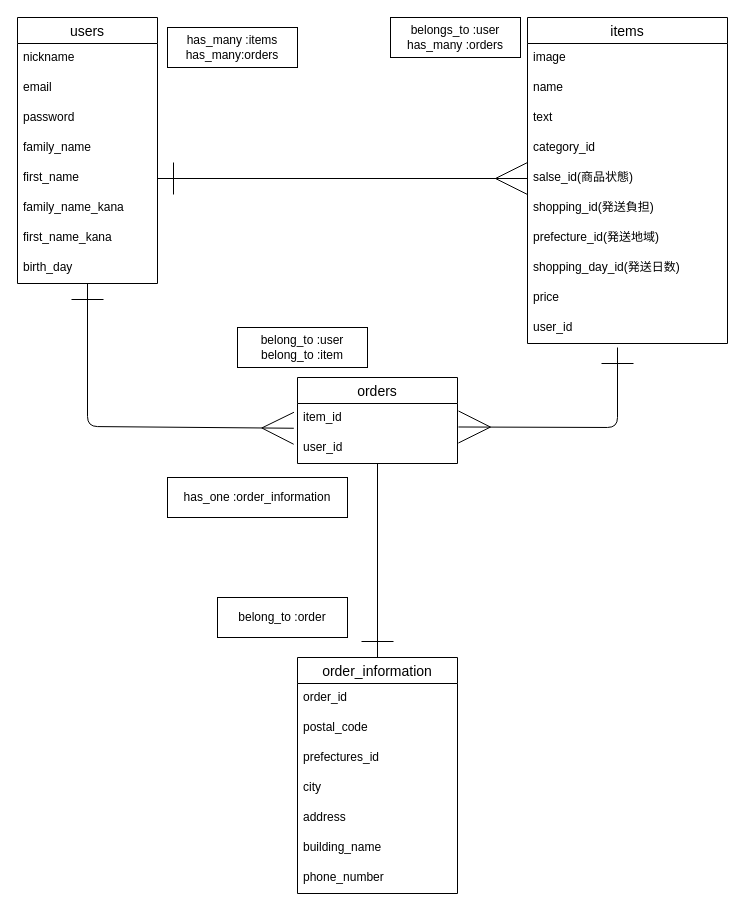
Before: .dio in gtn-74/furima-39277, a draw.io diagram. Source tidied: cells renumbered, new cells numbered last; positions are measured from the earlier drawing's top-left corner, leaving out a move shared by most shapes. Both pictures are drawn from the tidied source at 100%, with x=0, y=0 at pixel (17, 17).
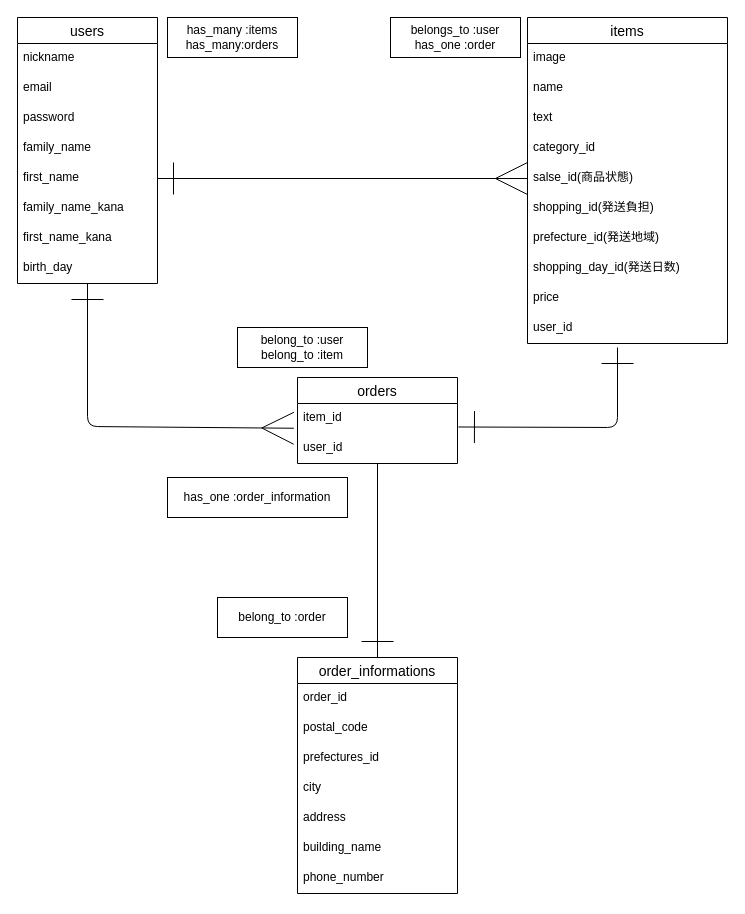
Above is the later version.

The change refers to these unchanged cells:
```xml
<mxCell id="26" value="item_id" style="text;strokeColor=none;fillColor=none;spacingLeft=4;spacingRight=4;overflow=hidden;points=[[0,0.5],[1,0.5]];portConstraint=eastwest;fontSize=12;" parent="25" vertex="1">
  <mxGeometry y="26" width="160" height="30" as="geometry" />
</mxCell>
```

Diff of the diagram source:
```diff
@@
-    <mxCell id="12" style="edgeStyle=none;html=1;startArrow=ERone;startFill=0;endArrow=ERmany;endFill=0;startSize=30;endSize=30;entryX=1.006;entryY=0.783;entryDx=0;entryDy=0;entryPerimeter=0;" parent="1" edge="1" target="26">
+    <mxCell id="12" style="edgeStyle=none;html=1;startArrow=ERone;startFill=0;endArrow=ERone;endFill=0;startSize=30;endSize=30;entryX=1.006;entryY=0.783;entryDx=0;entryDy=0;entryPerimeter=0;" parent="1" edge="1" target="26">
       <mxGeometry relative="1" as="geometry">
         <mxPoint x="600" y="330" as="sourcePoint" />
         <Array as="points">
           <mxPoint x="600" y="410" />
         </Array>
       </mxGeometry>
     </mxCell>
@@
-    <mxCell id="28" value="order_information" style="swimlane;fontStyle=0;horizontal=1;startSize=26;align=center;fontSize=14;" parent="1" vertex="1">
+    <mxCell id="28" value="order_informations" style="swimlane;fontStyle=0;horizontal=1;startSize=26;align=center;fontSize=14;" parent="1" vertex="1">
       <mxGeometry x="280" y="640" width="160" height="236" as="geometry" />
     </mxCell>
@@
     <mxCell id="37" value="has_many :items&lt;br&gt;has_many:orders" style="whiteSpace=wrap;html=1;align=center;" parent="1" vertex="1">
-      <mxGeometry x="150" y="10" width="130" height="40" as="geometry" />
+      <mxGeometry x="150" width="130" height="40" as="geometry" />
     </mxCell>
-    <mxCell id="38" value="belongs_to :user&lt;br&gt;has_many :orders" style="whiteSpace=wrap;html=1;align=center;" parent="1" vertex="1">
+    <mxCell id="38" value="belongs_to :user&lt;br&gt;has_one :order" style="whiteSpace=wrap;html=1;align=center;" parent="1" vertex="1">
       <mxGeometry x="373" width="130" height="40" as="geometry" />
     </mxCell>
```
